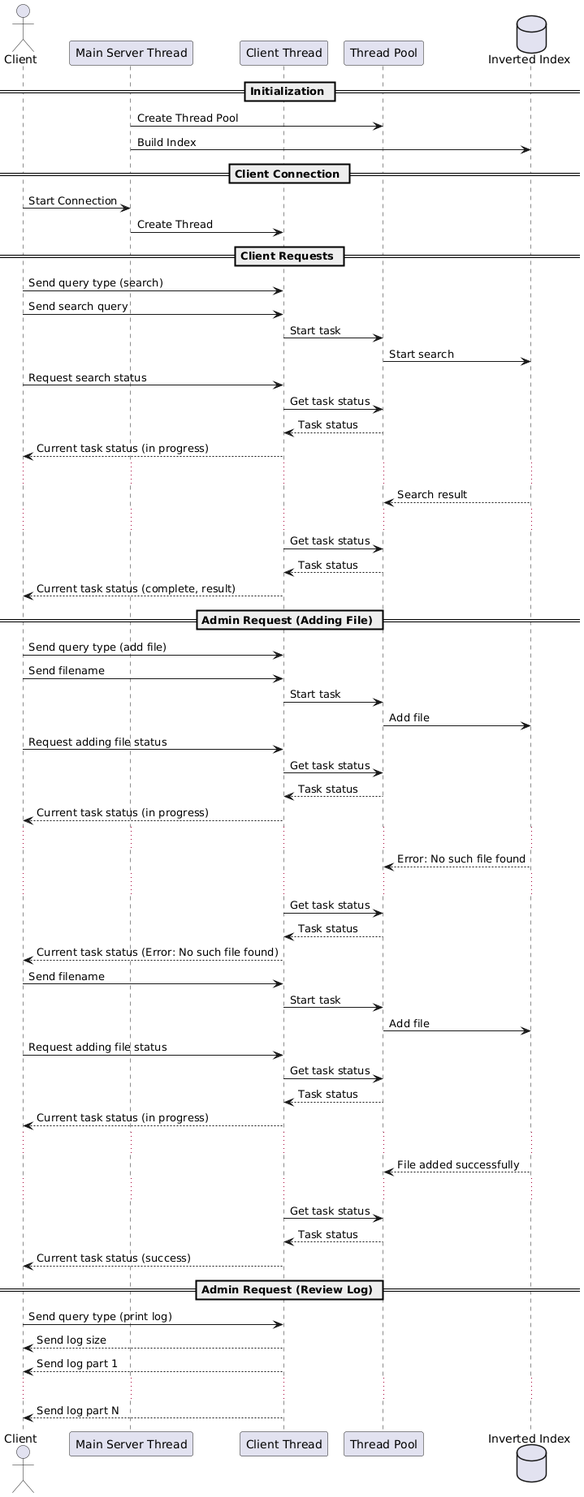
The PlantUML diagram UML/sequence.png in MarcyMuffins/kpi-parproc-coursework, before a commit. Its diagram source:
```plantuml
@startuml
actor Client as client
participant "Main Server Thread" as server
participant "Client Thread" as client_thread
participant "Thread Pool" as thread_pool
database "Inverted Index" as index

== Initialization ==

server -> thread_pool : Create Thread Pool
server -> index : Build Index

== Client Connection ==

client -> server : Start Connection
server -> client_thread : Create Thread

== Client Requests ==

client -> client_thread : Send query type (search)
client -> client_thread : Send search query
client_thread -> thread_pool : Start task
thread_pool -> index : Start search
client -> client_thread : Request search status
client_thread -> thread_pool : Get task status
thread_pool --> client_thread : Task status
client_thread --> client : Current task status (in progress)
...
index --> thread_pool : Search result
...
client_thread -> thread_pool : Get task status
thread_pool --> client_thread : Task status
client_thread --> client : Current task status (complete, result)

== Admin Request (Adding File) ==

client -> client_thread : Send query type (add file)
client -> client_thread : Send filename
client_thread -> thread_pool : Start task
thread_pool -> index : Add file
client -> client_thread : Request adding file status
client_thread -> thread_pool : Get task status
thread_pool --> client_thread : Task status
client_thread --> client : Current task status (in progress)
...
index --> thread_pool : Error: No such file found
...
client_thread -> thread_pool : Get task status
thread_pool --> client_thread : Task status
client_thread --> client : Current task status (Error: No such file found)

client -> client_thread : Send filename
client_thread -> thread_pool : Start task
thread_pool -> index : Add file
client -> client_thread : Request adding file status
client_thread -> thread_pool : Get task status
thread_pool --> client_thread : Task status
client_thread --> client : Current task status (in progress)
...
index --> thread_pool : File added successfully
...
client_thread -> thread_pool : Get task status
thread_pool --> client_thread : Task status
client_thread --> client : Current task status (success)

== Admin Request (Review Log) ==

client -> client_thread : Send query type (print log)
client_thread --> client : Send log size
client_thread --> client : Send log part 1
...
client_thread --> client : Send log part N
@enduml
```
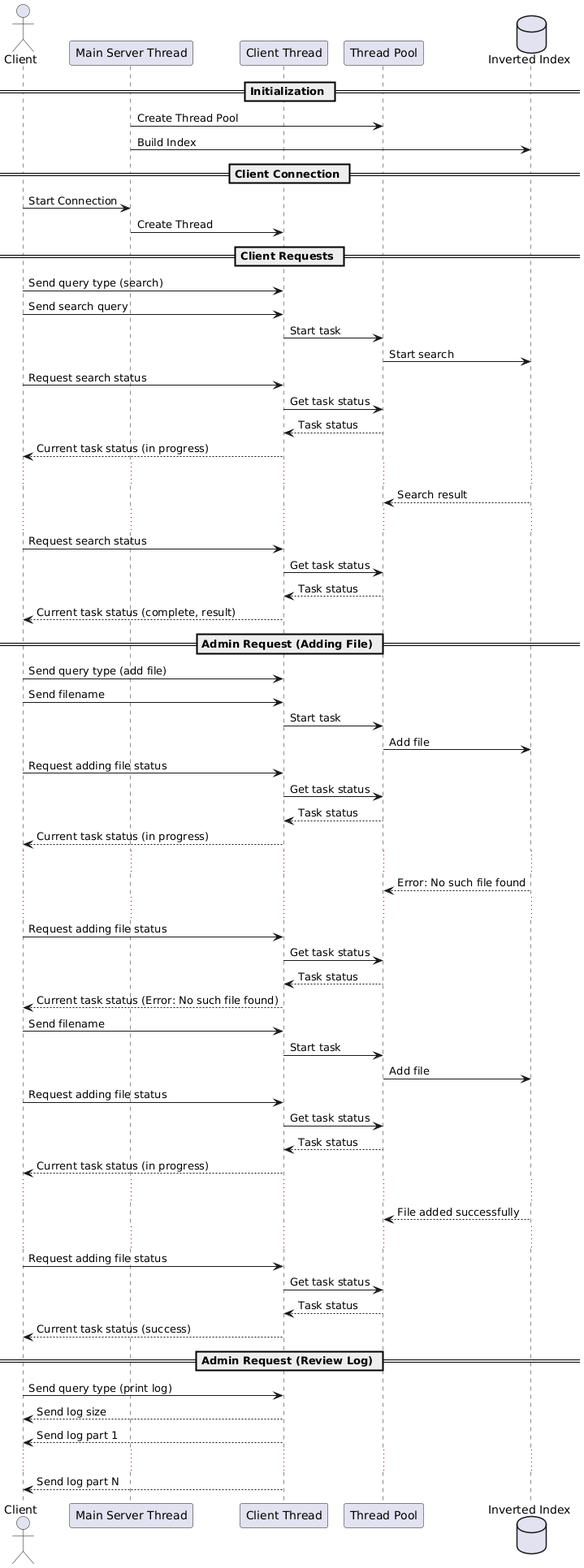
The same file after the commit.

Commit message:
Fixed missing lines in the sequence diagram.

What changed in the source:
```diff
@@ -28,6 +28,7 @@
 ...
 index --> thread_pool : Search result
 ...
+client -> client_thread : Request search status
 client_thread -> thread_pool : Get task status
 thread_pool --> client_thread : Task status
 client_thread --> client : Current task status (complete, result)
@@ -45,6 +46,7 @@
 ...
 index --> thread_pool : Error: No such file found
 ...
+client -> client_thread : Request adding file status
 client_thread -> thread_pool : Get task status
 thread_pool --> client_thread : Task status
 client_thread --> client : Current task status (Error: No such file found)
@@ -59,6 +61,7 @@
 ...
 index --> thread_pool : File added successfully
 ...
+client -> client_thread : Request adding file status
 client_thread -> thread_pool : Get task status
 thread_pool --> client_thread : Task status
 client_thread --> client : Current task status (success)
```
